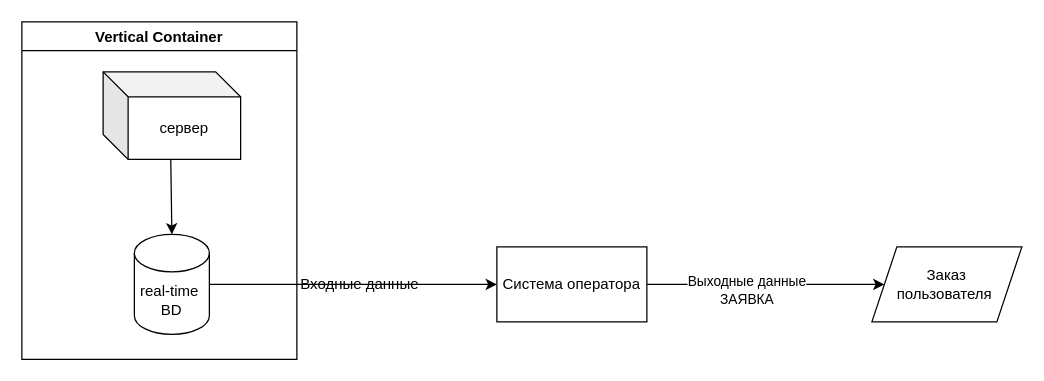
rezelput/Theoryofsystemanalisys keeps this draw.io diagram as Untitled Diagram.drawio. Above is the earlier version. Source tidied: cells renumbered, new cells numbered last; positions are measured from the earlier drawing's top-left corner, leaving out a move shared by most shapes. Both pictures are drawn from the tidied source at 125%, with x=0, y=0 at pixel (21, 21).
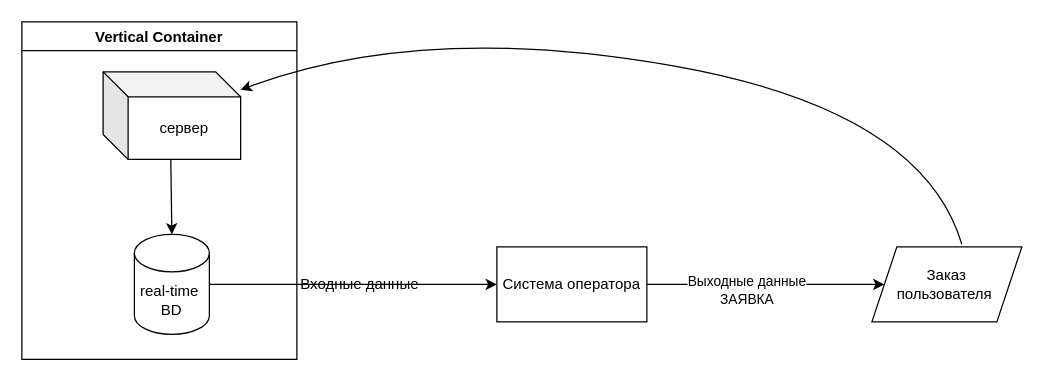
The same diagram, later.

Change to the diagram source:
```diff
@@
 <mxGraphModel>
   <root>
     <mxCell id="0" />
     <mxCell id="1" parent="0" />
     <mxCell id="2" style="edgeStyle=orthogonalEdgeStyle;rounded=0;jettySize=auto;html=1;" parent="1" edge="1" source="3" target="6">
       <mxGeometry relative="1" as="geometry" />
     </mxCell>
     <mxCell id="3" value="real-time&amp;nbsp;&lt;br&gt;BD" style="shape=cylinder3;whiteSpace=wrap;html=1;boundedLbl=1;backgroundOutline=1;size=15;" parent="1" vertex="1">
       <mxGeometry x="90" y="170" width="60" height="80" as="geometry" />
     </mxCell>
     <mxCell id="4" style="edgeStyle=orthogonalEdgeStyle;rounded=0;jettySize=auto;html=1;" parent="1" edge="1" source="6" target="11">
       <mxGeometry relative="1" as="geometry" />
     </mxCell>
     <mxCell id="5" value="Выходные данные&lt;br&gt;ЗАЯВКА" style="edgeLabel;html=1;align=center;verticalAlign=middle;" parent="4" vertex="1">
       <mxGeometry x="-0.17" y="-4" relative="1" as="geometry" />
     </mxCell>
     <mxCell id="6" value="Система оператора" style="whiteSpace=wrap;html=1;" parent="1" vertex="1">
       <mxGeometry x="380" y="180" width="120" height="60" as="geometry" />
     </mxCell>
     <mxCell id="7" value="сервер" style="shape=cube;whiteSpace=wrap;html=1;boundedLbl=1;backgroundOutline=1;darkOpacity=0.05;darkOpacity2=0.1;" parent="1" vertex="1">
       <mxGeometry x="65" y="40" width="110" height="70" as="geometry" />
     </mxCell>
     <mxCell id="8" style="endArrow=classic;html=1;rounded=0;exitX=0.492;exitY=1;exitDx=0;exitDy=0;exitPerimeter=0;entryX=0.5;entryY=0;entryDx=0;entryDy=0;entryPerimeter=0;" parent="1" edge="1" source="7" target="3">
       <mxGeometry relative="1" as="geometry" />
     </mxCell>
     <mxCell id="9" value="Vertical Container" style="swimlane;" parent="1" vertex="1">
       <mxGeometry width="220" height="270" as="geometry" />
     </mxCell>
     <mxCell id="10" value="Входные данные" style="text;html=1;align=center;verticalAlign=middle;strokeColor=none;fillColor=none;" parent="1" vertex="1">
       <mxGeometry x="215" y="200" width="110" height="20" as="geometry" />
     </mxCell>
     <mxCell id="11" value="Заказ &lt;br&gt;пользователя&amp;nbsp;" style="shape=parallelogram;perimeter=parallelogramPerimeter;whiteSpace=wrap;html=1;fixedSize=1;" parent="1" vertex="1">
       <mxGeometry x="680" y="180" width="120" height="60" as="geometry" />
     </mxCell>
+    <mxCell id="12" style="curved=1;endArrow=classic;html=1;rounded=0;exitX=0.6;exitY=-0.033;exitDx=0;exitDy=0;exitPerimeter=0;" parent="1" edge="1" source="11" target="7">
+      <mxGeometry relative="1" as="geometry">
+        <Array as="points">
+          <mxPoint x="720" y="70" />
+          <mxPoint x="320" />
+        </Array>
+      </mxGeometry>
+    </mxCell>
   </root>
 </mxGraphModel>
```
